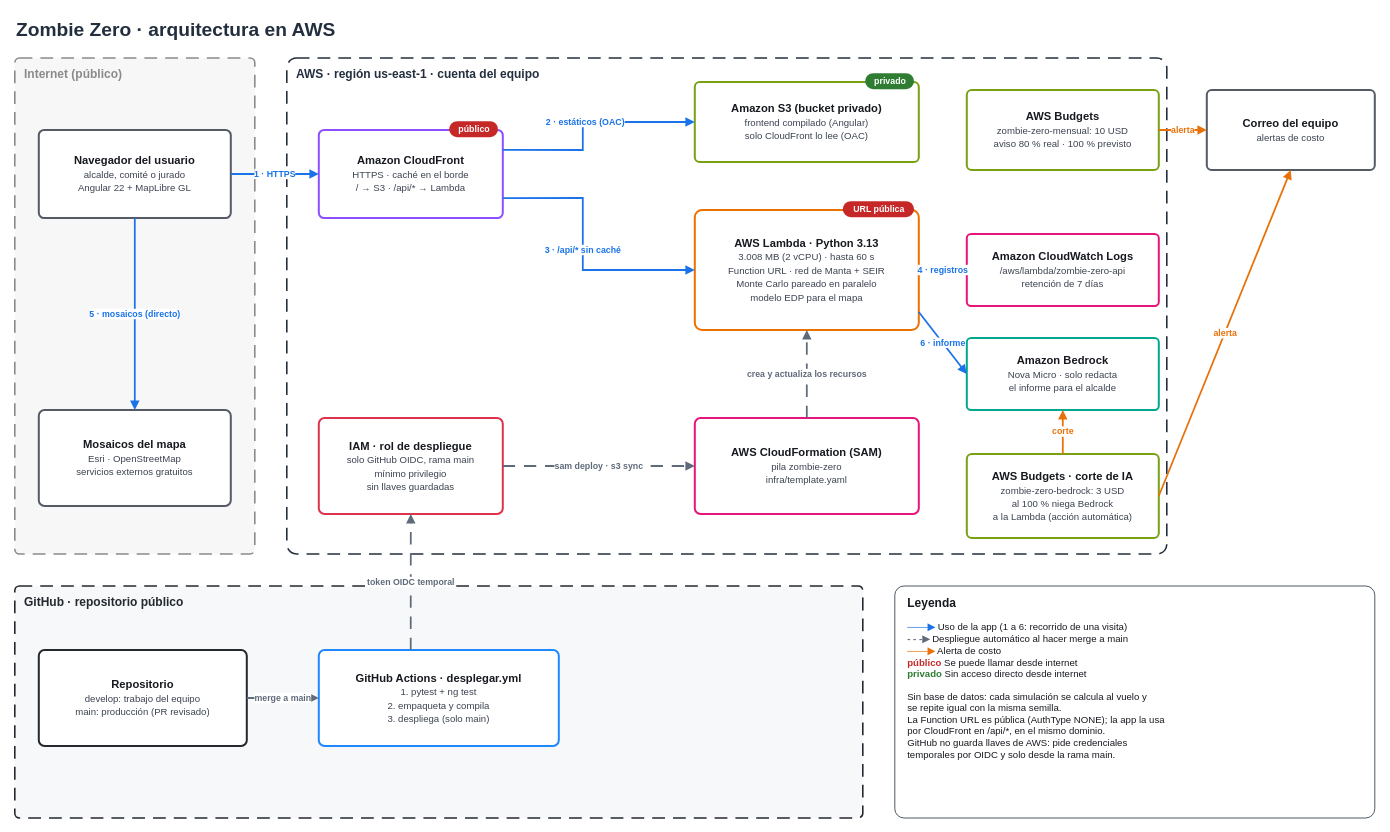
LeonardoVelez23/zombie-zero keeps this draw.io diagram as docs/arquitectura.drawio. Above is the earlier version. Source tidied: cells renumbered, new cells numbered last; positions are measured from the earlier drawing's top-left corner, leaving out a move shared by most shapes. Both pictures are drawn from the tidied source at 80%, with x=0, y=0 at pixel (14, 14).
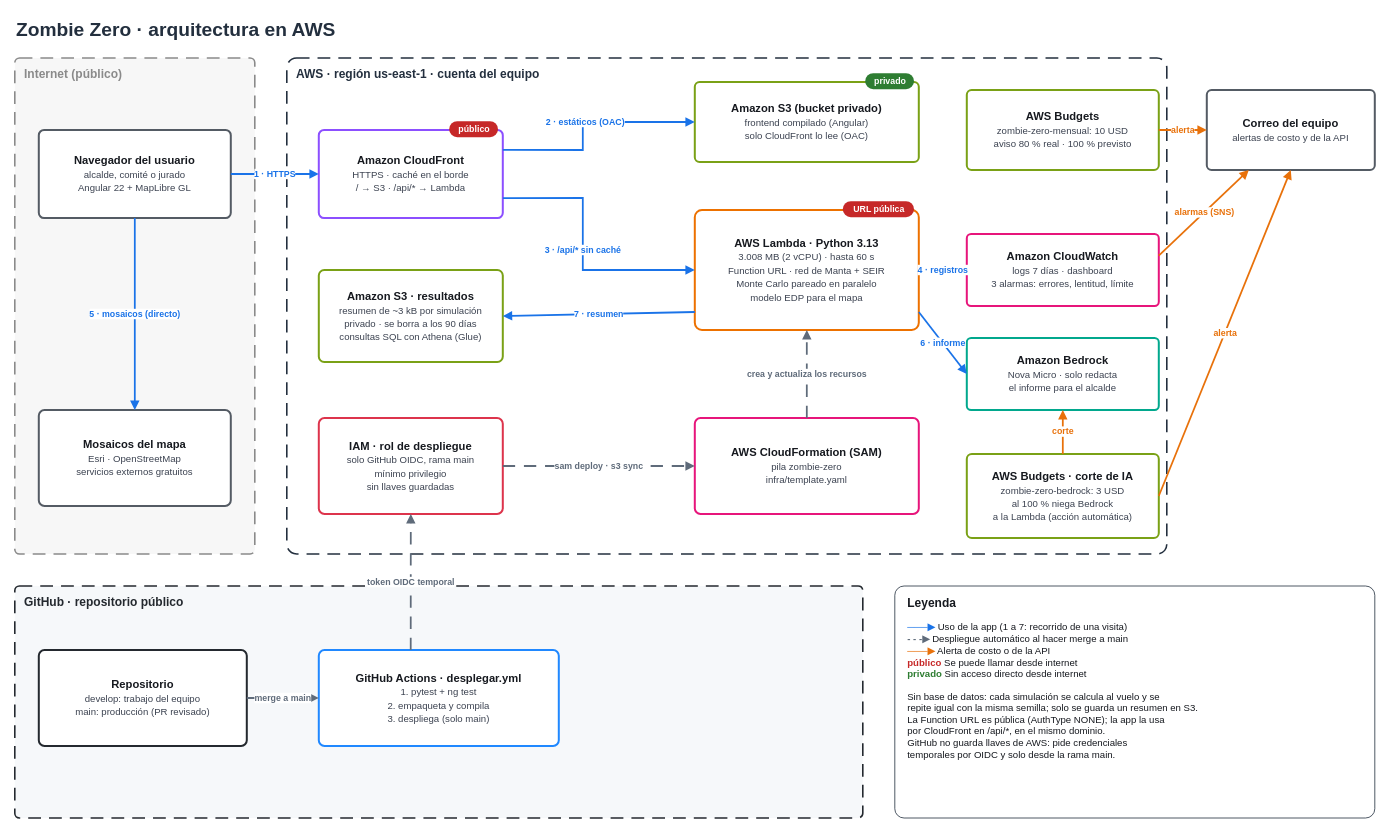
Above is the later version.

Commit message (it also covers changes not shown here):
docs: integrar resultados en S3, Athena y alarmas en costos y diagrama

Unchanged cells that the change refers to:
```xml
<mxCell id="12" value="&lt;b&gt;AWS Lambda · Python 3.13&lt;/b&gt;&lt;br&gt;&lt;font style=&quot;font-size:12px&quot; color=&quot;#3B4250&quot;&gt;3.008 MB (2 vCPU) · hasta 60 s&lt;/font&gt;&lt;br&gt;&lt;font style=&quot;font-size:12px&quot; color=&quot;#3B4250&quot;&gt;Function URL · red de Manta + SEIR&lt;/font&gt;&lt;br&gt;&lt;font style=&quot;font-size:12px&quot; color=&quot;#3B4250&quot;&gt;Monte Carlo pareado en paralelo&lt;/font&gt;&lt;br&gt;&lt;font style=&quot;font-size:12px&quot; color=&quot;#3B4250&quot;&gt;modelo EDP para el mapa&lt;/font&gt;" style="rounded=1;arcSize=6;html=1;whiteSpace=wrap;fillColor=#FFFFFF;strokeColor=#ED7100;strokeWidth=2.5;fontSize=14;fontColor=#16191F;" parent="1" vertex="1">
  <mxGeometry x="850" y="245" width="280" height="150" as="geometry" />
</mxCell>
```

Diff of the diagram source:
```diff
@@
-    <mxCell id="14" value="&lt;b&gt;Amazon CloudWatch Logs&lt;/b&gt;&lt;br&gt;&lt;font style=&quot;font-size:12px&quot; color=&quot;#3B4250&quot;&gt;/aws/lambda/zombie-zero-api&lt;/font&gt;&lt;br&gt;&lt;font style=&quot;font-size:12px&quot; color=&quot;#3B4250&quot;&gt;retención de 7 días&lt;/font&gt;" style="rounded=1;arcSize=6;html=1;whiteSpace=wrap;fillColor=#FFFFFF;strokeColor=#E7157B;strokeWidth=2.5;fontSize=14;fontColor=#16191F;" parent="1" vertex="1">
+    <mxCell id="14" value="&lt;b&gt;Amazon CloudWatch&lt;/b&gt;&lt;br&gt;&lt;font style=&quot;font-size:12px&quot; color=&quot;#3B4250&quot;&gt;logs 7 días · dashboard&lt;/font&gt;&lt;br&gt;&lt;font style=&quot;font-size:12px&quot; color=&quot;#3B4250&quot;&gt;3 alarmas: errores, lentitud, límite&lt;/font&gt;" style="rounded=1;arcSize=6;html=1;whiteSpace=wrap;fillColor=#FFFFFF;strokeColor=#E7157B;strokeWidth=2.5;fontSize=14;fontColor=#16191F;" parent="1" vertex="1">
       <mxGeometry x="1190" y="275" width="240" height="90" as="geometry" />
     </mxCell>
@@
-    <mxCell id="16" value="&lt;b&gt;Correo del equipo&lt;/b&gt;&lt;br&gt;&lt;font style=&quot;font-size:12px&quot; color=&quot;#3B4250&quot;&gt;alertas de costo&lt;/font&gt;" style="rounded=1;arcSize=6;html=1;whiteSpace=wrap;fillColor=#FFFFFF;strokeColor=#545B64;strokeWidth=2.5;fontSize=14;fontColor=#16191F;" parent="1" vertex="1">
+    <mxCell id="16" value="&lt;b&gt;Correo del equipo&lt;/b&gt;&lt;br&gt;&lt;font style=&quot;font-size:12px&quot; color=&quot;#3B4250&quot;&gt;alertas de costo y de la API&lt;/font&gt;" style="rounded=1;arcSize=6;html=1;whiteSpace=wrap;fillColor=#FFFFFF;strokeColor=#545B64;strokeWidth=2.5;fontSize=14;fontColor=#16191F;" parent="1" vertex="1">
       <mxGeometry x="1490" y="95" width="210" height="100" as="geometry" />
     </mxCell>
@@
+    <mxCell id="37" value="&lt;b&gt;Amazon S3 · resultados&lt;/b&gt;&lt;br&gt;&lt;font style=&quot;font-size:12px&quot; color=&quot;#3B4250&quot;&gt;resumen de ~3 kB por simulación&lt;/font&gt;&lt;br&gt;&lt;font style=&quot;font-size:12px&quot; color=&quot;#3B4250&quot;&gt;privado · se borra a los 90 días&lt;/font&gt;&lt;br&gt;&lt;font style=&quot;font-size:12px&quot; color=&quot;#3B4250&quot;&gt;consultas SQL con Athena (Glue)&lt;/font&gt;" style="rounded=1;arcSize=6;html=1;whiteSpace=wrap;fillColor=#FFFFFF;strokeColor=#7AA116;strokeWidth=2.5;fontSize=14;fontColor=#16191F;" parent="1" vertex="1">
+      <mxGeometry x="380" y="320" width="230" height="115" as="geometry" />
+    </mxCell>
+    <mxCell id="38" value="7 · resumen" style="edgeStyle=none;html=1;rounded=0;endArrow=block;endFill=1;strokeWidth=2.2;strokeColor=#1A73E8;fontColor=#1A73E8;fontStyle=1;fontSize=11;labelBackgroundColor=#FFFFFF;exitX=0.000;exitY=0.850;exitDx=0;exitDy=0;entryX=1.000;entryY=0.500;entryDx=0;entryDy=0;" parent="1" edge="1" source="12" target="37">
+      <mxGeometry relative="1" as="geometry" />
+    </mxCell>
+    <mxCell id="39" value="alarmas (SNS)" style="edgeStyle=none;html=1;rounded=0;endArrow=block;endFill=1;strokeWidth=2.2;strokeColor=#E8710A;fontColor=#E8710A;fontStyle=1;fontSize=11;labelBackgroundColor=#FFFFFF;exitX=1.000;exitY=0.300;exitDx=0;exitDy=0;entryX=0.250;entryY=1.000;entryDx=0;entryDy=0;" parent="1" edge="1" source="14" target="16">
+      <mxGeometry relative="1" as="geometry" />
+    </mxCell>
-    <mxCell id="36" value="&lt;b style=&quot;font-size:15px&quot;&gt;Leyenda&lt;/b&gt;&lt;br&gt;&lt;br&gt;&lt;font color=&quot;#1A73E8&quot;&gt;&lt;b&gt;───▶&lt;/b&gt;&lt;/font&gt;  Uso de la app (1 a 6: recorrido de una visita)&lt;br&gt;&lt;font color=&quot;#5F6B7A&quot;&gt;&lt;b&gt;- - -▶&lt;/b&gt;&lt;/font&gt;  Despliegue automático al hacer merge a main&lt;br&gt;&lt;font color=&quot;#E8710A&quot;&gt;&lt;b&gt;───▶&lt;/b&gt;&lt;/font&gt;  Alerta de costo&lt;br&gt;&lt;font color=&quot;#C62828&quot;&gt;&lt;b&gt;público&lt;/b&gt;&lt;/font&gt;  Se puede llamar desde internet&lt;br&gt;&lt;font color=&quot;#2E7D32&quot;&gt;&lt;b&gt;privado&lt;/b&gt;&lt;/font&gt;  Sin acceso directo desde internet&lt;br&gt;&lt;br&gt;Sin base de datos: cada simulación se calcula al vuelo y&lt;br&gt;se repite igual con la misma semilla.&lt;br&gt;La Function URL es pública (AuthType NONE); la app la usa&lt;br&gt;por CloudFront en /api/*, en el mismo dominio.&lt;br&gt;GitHub no guarda llaves de AWS: pide credenciales&lt;br&gt;temporales por OIDC y solo desde la rama main." style="rounded=1;arcSize=4;html=1;whiteSpace=wrap;fillColor=#FFFFFF;strokeColor=#232F3E;fontSize=12;fontColor=#16191F;align=left;verticalAlign=top;spacingLeft=14;spacingTop=6;" parent="1" vertex="1">
+    <mxCell id="36" value="&lt;b style=&quot;font-size:15px&quot;&gt;Leyenda&lt;/b&gt;&lt;br&gt;&lt;br&gt;&lt;font color=&quot;#1A73E8&quot;&gt;&lt;b&gt;───▶&lt;/b&gt;&lt;/font&gt;  Uso de la app (1 a 7: recorrido de una visita)&lt;br&gt;&lt;font color=&quot;#5F6B7A&quot;&gt;&lt;b&gt;- - -▶&lt;/b&gt;&lt;/font&gt;  Despliegue automático al hacer merge a main&lt;br&gt;&lt;font color=&quot;#E8710A&quot;&gt;&lt;b&gt;───▶&lt;/b&gt;&lt;/font&gt;  Alerta de costo o de la API&lt;br&gt;&lt;font color=&quot;#C62828&quot;&gt;&lt;b&gt;público&lt;/b&gt;&lt;/font&gt;  Se puede llamar desde internet&lt;br&gt;&lt;font color=&quot;#2E7D32&quot;&gt;&lt;b&gt;privado&lt;/b&gt;&lt;/font&gt;  Sin acceso directo desde internet&lt;br&gt;&lt;br&gt;Sin base de datos: cada simulación se calcula al vuelo y se&lt;br&gt;repite igual con la misma semilla; solo se guarda un resumen en S3.&lt;br&gt;La Function URL es pública (AuthType NONE); la app la usa&lt;br&gt;por CloudFront en /api/*, en el mismo dominio.&lt;br&gt;GitHub no guarda llaves de AWS: pide credenciales&lt;br&gt;temporales por OIDC y solo desde la rama main." style="rounded=1;arcSize=4;html=1;whiteSpace=wrap;fillColor=#FFFFFF;strokeColor=#232F3E;fontSize=12;fontColor=#16191F;align=left;verticalAlign=top;spacingLeft=14;spacingTop=6;" parent="1" vertex="1">
       <mxGeometry x="1100" y="715" width="600" height="290" as="geometry" />
     </mxCell>
```
